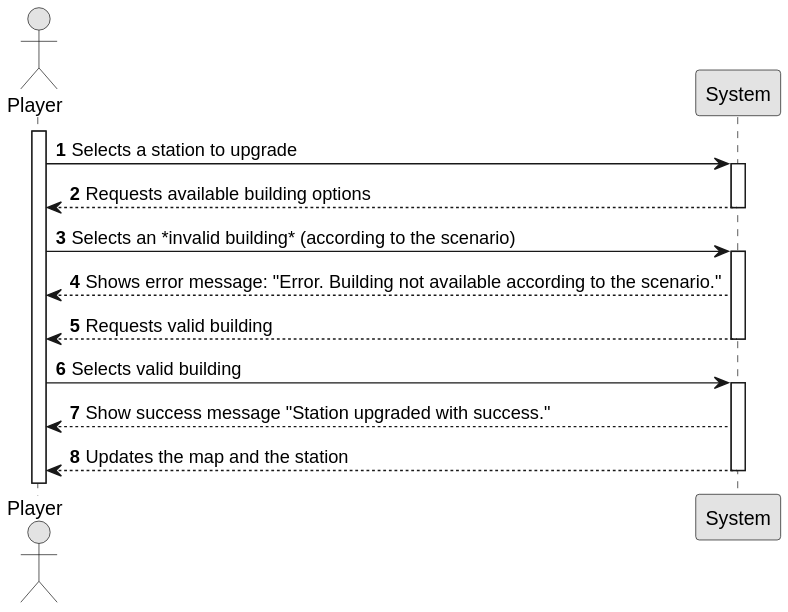
Before: docs/system-documentation/US006/01.requirements-engineering/svg/US006-SSD-SCENARIO-RULES.svg, a diagram exported from PlantUML (goncalolopesp/sem2-pi-24.25-g093-repo). The source it was exported from:
```plantuml
@startuml
skinparam monochrome true
skinparam packageStyle rectangle
skinparam shadowing false

autonumber

actor "Player" as Player
participant "System" as System

activate Player

    Player -> System : Selects a station to upgrade
    activate System
    System --> Player : Requests available building options
    deactivate System
    Player -> System : Selects an *invalid building* (according to the scenario)
    activate System
    System --> Player : Shows error message: "Error. Building not available according to the scenario."
    System --> Player : Requests valid building
    deactivate System
    Player -> System : Selects valid building
    activate System
    System --> Player : Show success message "Station upgraded with success."
    System --> Player : Updates the map and the station
    deactivate System
@enduml
```
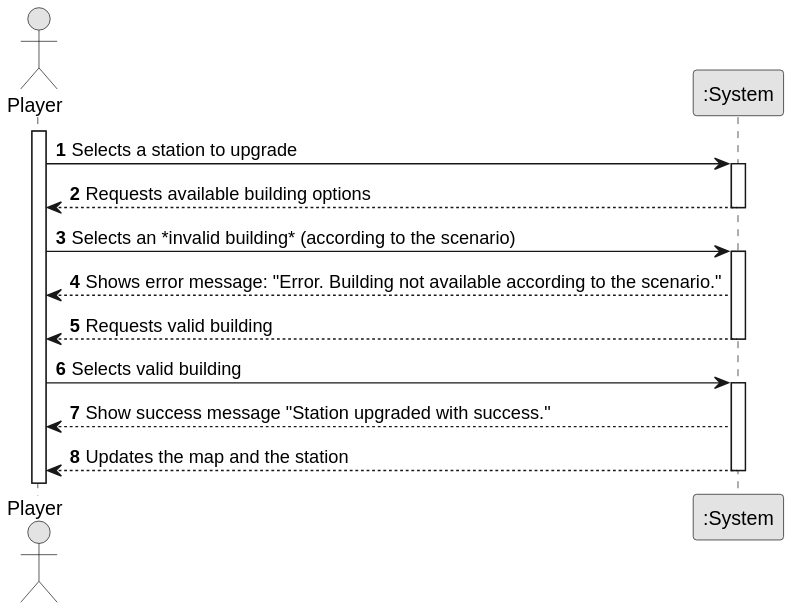
After the change.

What changed in the source:
```diff
@@ -6,7 +6,7 @@
 autonumber
 
 actor "Player" as Player
-participant "System" as System
+participant ":System" as System
 
 activate Player
 
```
